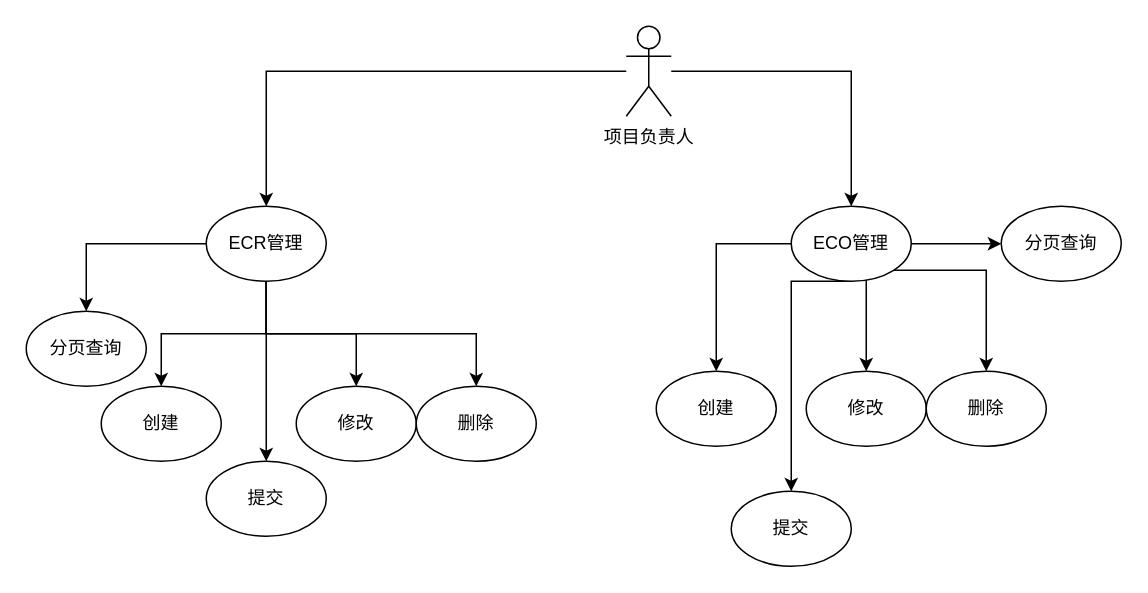
The draw.io diagram ECR/项目负责人用例图.drawio in Merlin218/draw-file, before the edit. Source tidied: cells renumbered, new cells numbered last; positions are measured from the earlier drawing's top-left corner, leaving out a move shared by most shapes. Both pictures are drawn from the tidied source at 150%, with x=0, y=0 at pixel (26, 26).
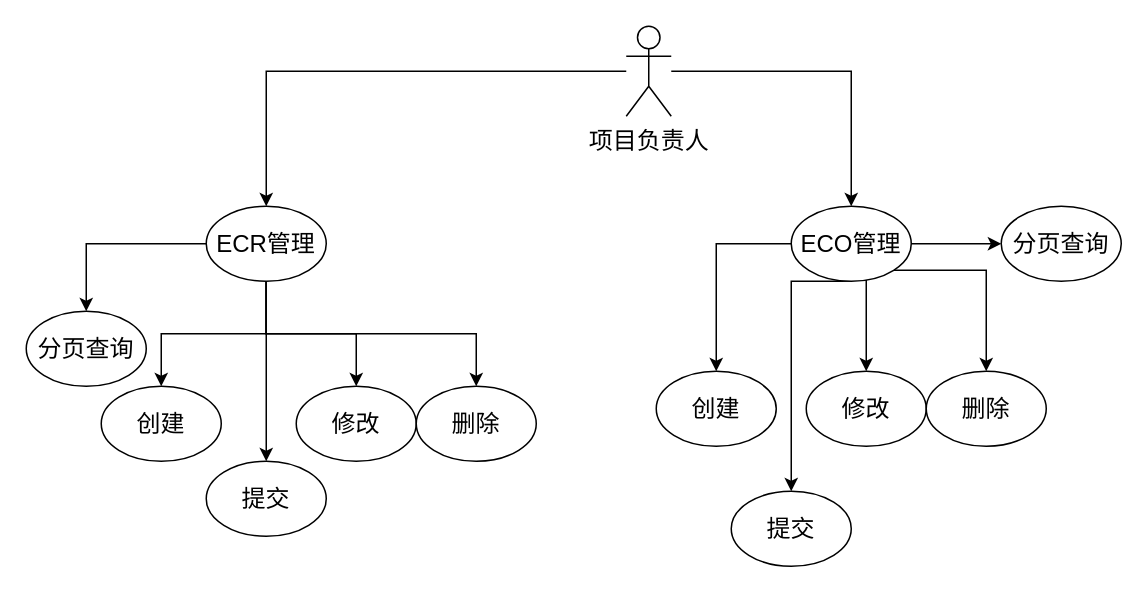
The same diagram, later.

Commit message:
更新项目负责人用例图.drawio

Diff of the diagram source:
```diff
@@
-    <mxCell id="2" style="edgeStyle=orthogonalEdgeStyle;rounded=0;jettySize=auto;html=1;entryX=0.5;entryY=0;entryDx=0;entryDy=0;" parent="1" edge="1" source="4" target="10">
+    <mxCell id="2" style="edgeStyle=orthogonalEdgeStyle;rounded=0;jettySize=auto;html=1;entryX=0.5;entryY=0;entryDx=0;entryDy=0;fontSize=16;" parent="1" edge="1" source="4" target="10">
       <mxGeometry relative="1" as="geometry" />
     </mxCell>
-    <mxCell id="3" style="edgeStyle=orthogonalEdgeStyle;rounded=0;jettySize=auto;html=1;" parent="1" edge="1" source="4" target="19">
+    <mxCell id="3" style="edgeStyle=orthogonalEdgeStyle;rounded=0;jettySize=auto;html=1;fontSize=16;" parent="1" edge="1" source="4" target="19">
       <mxGeometry relative="1" as="geometry" />
     </mxCell>
-    <mxCell id="4" value="项目负责人" style="shape=umlActor;verticalLabelPosition=bottom;verticalAlign=top;html=1;outlineConnect=0;" parent="1" vertex="1">
+    <mxCell id="4" value="项目负责人" style="shape=umlActor;verticalLabelPosition=bottom;verticalAlign=top;html=1;outlineConnect=0;fontSize=16;" parent="1" vertex="1">
       <mxGeometry x="400" width="30" height="60" as="geometry" />
     </mxCell>
-    <mxCell id="5" style="edgeStyle=orthogonalEdgeStyle;rounded=0;jettySize=auto;html=1;" parent="1" edge="1" source="10" target="11">
+    <mxCell id="5" style="edgeStyle=orthogonalEdgeStyle;rounded=0;jettySize=auto;html=1;fontSize=16;" parent="1" edge="1" source="10" target="11">
       <mxGeometry relative="1" as="geometry" />
     </mxCell>
-    <mxCell id="6" style="edgeStyle=orthogonalEdgeStyle;rounded=0;jettySize=auto;html=1;exitX=0.5;exitY=1;exitDx=0;exitDy=0;entryX=0.5;entryY=0;entryDx=0;entryDy=0;" parent="1" edge="1" source="10" target="12">
+    <mxCell id="6" style="edgeStyle=orthogonalEdgeStyle;rounded=0;jettySize=auto;html=1;exitX=0.5;exitY=1;exitDx=0;exitDy=0;entryX=0.5;entryY=0;entryDx=0;entryDy=0;fontSize=16;" parent="1" edge="1" source="10" target="12">
       <mxGeometry relative="1" as="geometry" />
     </mxCell>
-    <mxCell id="7" style="edgeStyle=orthogonalEdgeStyle;rounded=0;jettySize=auto;html=1;exitX=0.5;exitY=1;exitDx=0;exitDy=0;entryX=0.5;entryY=0;entryDx=0;entryDy=0;" parent="1" edge="1" source="10" target="13">
+    <mxCell id="7" style="edgeStyle=orthogonalEdgeStyle;rounded=0;jettySize=auto;html=1;exitX=0.5;exitY=1;exitDx=0;exitDy=0;entryX=0.5;entryY=0;entryDx=0;entryDy=0;fontSize=16;" parent="1" edge="1" source="10" target="13">
       <mxGeometry relative="1" as="geometry" />
     </mxCell>
-    <mxCell id="8" style="edgeStyle=orthogonalEdgeStyle;rounded=0;jettySize=auto;html=1;exitX=0;exitY=0.5;exitDx=0;exitDy=0;entryX=0.5;entryY=0;entryDx=0;entryDy=0;" parent="1" edge="1" source="10" target="23">
+    <mxCell id="8" style="edgeStyle=orthogonalEdgeStyle;rounded=0;jettySize=auto;html=1;exitX=0;exitY=0.5;exitDx=0;exitDy=0;entryX=0.5;entryY=0;entryDx=0;entryDy=0;fontSize=16;" parent="1" edge="1" source="10" target="23">
       <mxGeometry relative="1" as="geometry" />
     </mxCell>
-    <mxCell id="9" style="edgeStyle=orthogonalEdgeStyle;rounded=0;jettySize=auto;html=1;exitX=0.5;exitY=1;exitDx=0;exitDy=0;entryX=0.5;entryY=0;entryDx=0;entryDy=0;" parent="1" edge="1" source="10" target="25">
+    <mxCell id="9" style="edgeStyle=orthogonalEdgeStyle;rounded=0;jettySize=auto;html=1;exitX=0.5;exitY=1;exitDx=0;exitDy=0;entryX=0.5;entryY=0;entryDx=0;entryDy=0;fontSize=16;" parent="1" edge="1" source="10" target="25">
       <mxGeometry relative="1" as="geometry" />
     </mxCell>
-    <mxCell id="10" value="ECR管理" style="ellipse;whiteSpace=wrap;html=1;" parent="1" vertex="1">
+    <mxCell id="10" value="ECR管理" style="ellipse;whiteSpace=wrap;html=1;fontSize=16;" parent="1" vertex="1">
       <mxGeometry x="120" y="120" width="80" height="50" as="geometry" />
     </mxCell>
-    <mxCell id="11" value="创建" style="ellipse;whiteSpace=wrap;html=1;" parent="1" vertex="1">
+    <mxCell id="11" value="创建" style="ellipse;whiteSpace=wrap;html=1;fontSize=16;" parent="1" vertex="1">
       <mxGeometry x="50" y="240" width="80" height="50" as="geometry" />
     </mxCell>
-    <mxCell id="12" value="修改" style="ellipse;whiteSpace=wrap;html=1;" parent="1" vertex="1">
+    <mxCell id="12" value="修改" style="ellipse;whiteSpace=wrap;html=1;fontSize=16;" parent="1" vertex="1">
       <mxGeometry x="180" y="240" width="80" height="50" as="geometry" />
     </mxCell>
-    <mxCell id="13" value="删除" style="ellipse;whiteSpace=wrap;html=1;" parent="1" vertex="1">
+    <mxCell id="13" value="删除" style="ellipse;whiteSpace=wrap;html=1;fontSize=16;" parent="1" vertex="1">
       <mxGeometry x="260" y="240" width="80" height="50" as="geometry" />
     </mxCell>
-    <mxCell id="14" style="edgeStyle=orthogonalEdgeStyle;rounded=0;jettySize=auto;html=1;" parent="1" edge="1" source="19" target="20">
+    <mxCell id="14" style="edgeStyle=orthogonalEdgeStyle;rounded=0;jettySize=auto;html=1;fontSize=16;" parent="1" edge="1" source="19" target="20">
       <mxGeometry relative="1" as="geometry" />
     </mxCell>
-    <mxCell id="15" style="edgeStyle=orthogonalEdgeStyle;rounded=0;jettySize=auto;html=1;entryX=0.5;entryY=0;entryDx=0;entryDy=0;" parent="1" edge="1" source="19" target="21">
+    <mxCell id="15" style="edgeStyle=orthogonalEdgeStyle;rounded=0;jettySize=auto;html=1;entryX=0.5;entryY=0;entryDx=0;entryDy=0;fontSize=16;" parent="1" edge="1" source="19" target="21">
       <mxGeometry relative="1" as="geometry">
         <Array as="points">
           <mxPoint x="560" y="190" />
           <mxPoint x="560" y="190" />
         </Array>
       </mxGeometry>
     </mxCell>
-    <mxCell id="16" style="edgeStyle=orthogonalEdgeStyle;rounded=0;jettySize=auto;html=1;exitX=1;exitY=1;exitDx=0;exitDy=0;entryX=0.5;entryY=0;entryDx=0;entryDy=0;" parent="1" edge="1" source="19" target="22">
+    <mxCell id="16" style="edgeStyle=orthogonalEdgeStyle;rounded=0;jettySize=auto;html=1;exitX=1;exitY=1;exitDx=0;exitDy=0;entryX=0.5;entryY=0;entryDx=0;entryDy=0;fontSize=16;" parent="1" edge="1" source="19" target="22">
       <mxGeometry relative="1" as="geometry" />
     </mxCell>
-    <mxCell id="17" style="edgeStyle=orthogonalEdgeStyle;rounded=0;jettySize=auto;html=1;exitX=1;exitY=0.5;exitDx=0;exitDy=0;entryX=0;entryY=0.5;entryDx=0;entryDy=0;" parent="1" edge="1" source="19" target="24">
+    <mxCell id="17" style="edgeStyle=orthogonalEdgeStyle;rounded=0;jettySize=auto;html=1;exitX=1;exitY=0.5;exitDx=0;exitDy=0;entryX=0;entryY=0.5;entryDx=0;entryDy=0;fontSize=16;" parent="1" edge="1" source="19" target="24">
       <mxGeometry relative="1" as="geometry" />
     </mxCell>
-    <mxCell id="18" style="edgeStyle=orthogonalEdgeStyle;rounded=0;jettySize=auto;html=1;exitX=0.5;exitY=1;exitDx=0;exitDy=0;entryX=0.5;entryY=0;entryDx=0;entryDy=0;" parent="1" edge="1" source="19" target="26">
+    <mxCell id="18" style="edgeStyle=orthogonalEdgeStyle;rounded=0;jettySize=auto;html=1;exitX=0.5;exitY=1;exitDx=0;exitDy=0;entryX=0.5;entryY=0;entryDx=0;entryDy=0;fontSize=16;" parent="1" edge="1" source="19" target="26">
       <mxGeometry relative="1" as="geometry">
         <Array as="points">
           <mxPoint x="510" y="170" />
         </Array>
       </mxGeometry>
     </mxCell>
-    <mxCell id="19" value="ECO管理" style="ellipse;whiteSpace=wrap;html=1;" parent="1" vertex="1">
+    <mxCell id="19" value="ECO管理" style="ellipse;whiteSpace=wrap;html=1;fontSize=16;" parent="1" vertex="1">
       <mxGeometry x="510" y="120" width="80" height="50" as="geometry" />
     </mxCell>
-    <mxCell id="20" value="创建" style="ellipse;whiteSpace=wrap;html=1;" parent="1" vertex="1">
+    <mxCell id="20" value="创建" style="ellipse;whiteSpace=wrap;html=1;fontSize=16;" parent="1" vertex="1">
       <mxGeometry x="420" y="230" width="80" height="50" as="geometry" />
     </mxCell>
-    <mxCell id="21" value="修改" style="ellipse;whiteSpace=wrap;html=1;" parent="1" vertex="1">
+    <mxCell id="21" value="修改" style="ellipse;whiteSpace=wrap;html=1;fontSize=16;" parent="1" vertex="1">
       <mxGeometry x="520" y="230" width="80" height="50" as="geometry" />
     </mxCell>
-    <mxCell id="22" value="删除" style="ellipse;whiteSpace=wrap;html=1;" parent="1" vertex="1">
+    <mxCell id="22" value="删除" style="ellipse;whiteSpace=wrap;html=1;fontSize=16;" parent="1" vertex="1">
       <mxGeometry x="600" y="230" width="80" height="50" as="geometry" />
     </mxCell>
-    <mxCell id="23" value="分页查询" style="ellipse;whiteSpace=wrap;html=1;" parent="1" vertex="1">
+    <mxCell id="23" value="分页查询" style="ellipse;whiteSpace=wrap;html=1;fontSize=16;" parent="1" vertex="1">
       <mxGeometry y="190" width="80" height="50" as="geometry" />
     </mxCell>
-    <mxCell id="24" value="分页查询" style="ellipse;whiteSpace=wrap;html=1;" parent="1" vertex="1">
+    <mxCell id="24" value="分页查询" style="ellipse;whiteSpace=wrap;html=1;fontSize=16;" parent="1" vertex="1">
       <mxGeometry x="650" y="120" width="80" height="50" as="geometry" />
     </mxCell>
-    <mxCell id="25" value="提交" style="ellipse;whiteSpace=wrap;html=1;" parent="1" vertex="1">
+    <mxCell id="25" value="提交" style="ellipse;whiteSpace=wrap;html=1;fontSize=16;" parent="1" vertex="1">
       <mxGeometry x="120" y="290" width="80" height="50" as="geometry" />
     </mxCell>
-    <mxCell id="26" value="提交" style="ellipse;whiteSpace=wrap;html=1;" parent="1" vertex="1">
+    <mxCell id="26" value="提交" style="ellipse;whiteSpace=wrap;html=1;fontSize=16;" parent="1" vertex="1">
       <mxGeometry x="470" y="310" width="80" height="50" as="geometry" />
     </mxCell>
```
